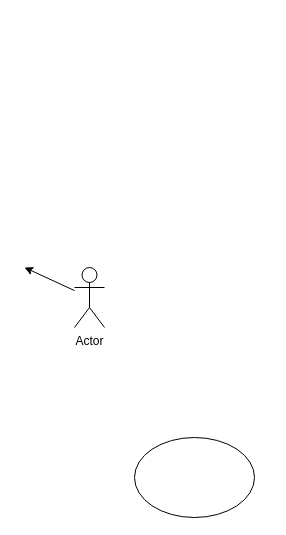
The draw.io diagram Mlog Diagrams.drawio in 4-I-Projects/Mlog_Backend, before the edit. Source tidied: cells renumbered, new cells numbered last; positions are measured from the earlier drawing's top-left corner, leaving out a move shared by most shapes. Both pictures are drawn from the tidied source at 100%, with x=0, y=0 at pixel (24, 267).
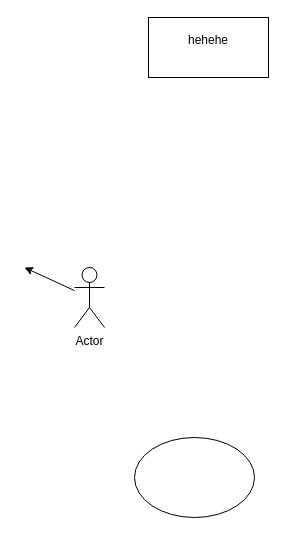
Above is the later version.

Commit message:
Cập nhật Mlog Diagrams.drawio

Change to the diagram source:
```diff
@@
 <mxGraphModel>
   <root>
     <mxCell id="0" />
     <mxCell id="1" parent="0" />
     <mxCell id="2" value="Actor" style="shape=umlActor;verticalLabelPosition=bottom;verticalAlign=top;html=1;outlineConnect=0;" parent="1" vertex="1">
       <mxGeometry x="50" width="30" height="60" as="geometry" />
     </mxCell>
     <mxCell id="3" style="endArrow=classic;html=1;rounded=0;" parent="1" edge="1" source="2">
       <mxGeometry relative="1" as="geometry">
         <mxPoint as="targetPoint" />
       </mxGeometry>
     </mxCell>
     <mxCell id="4" style="ellipse;whiteSpace=wrap;html=1;" parent="1" vertex="1">
       <mxGeometry x="110" y="170" width="120" height="80" as="geometry" />
     </mxCell>
+    <mxCell id="5" value="hehehe&lt;div&gt;&lt;br&gt;&lt;/div&gt;" style="rounded=0;whiteSpace=wrap;html=1;" parent="1" vertex="1">
+      <mxGeometry x="124" y="-250" width="120" height="60" as="geometry" />
+    </mxCell>
   </root>
 </mxGraphModel>
```
